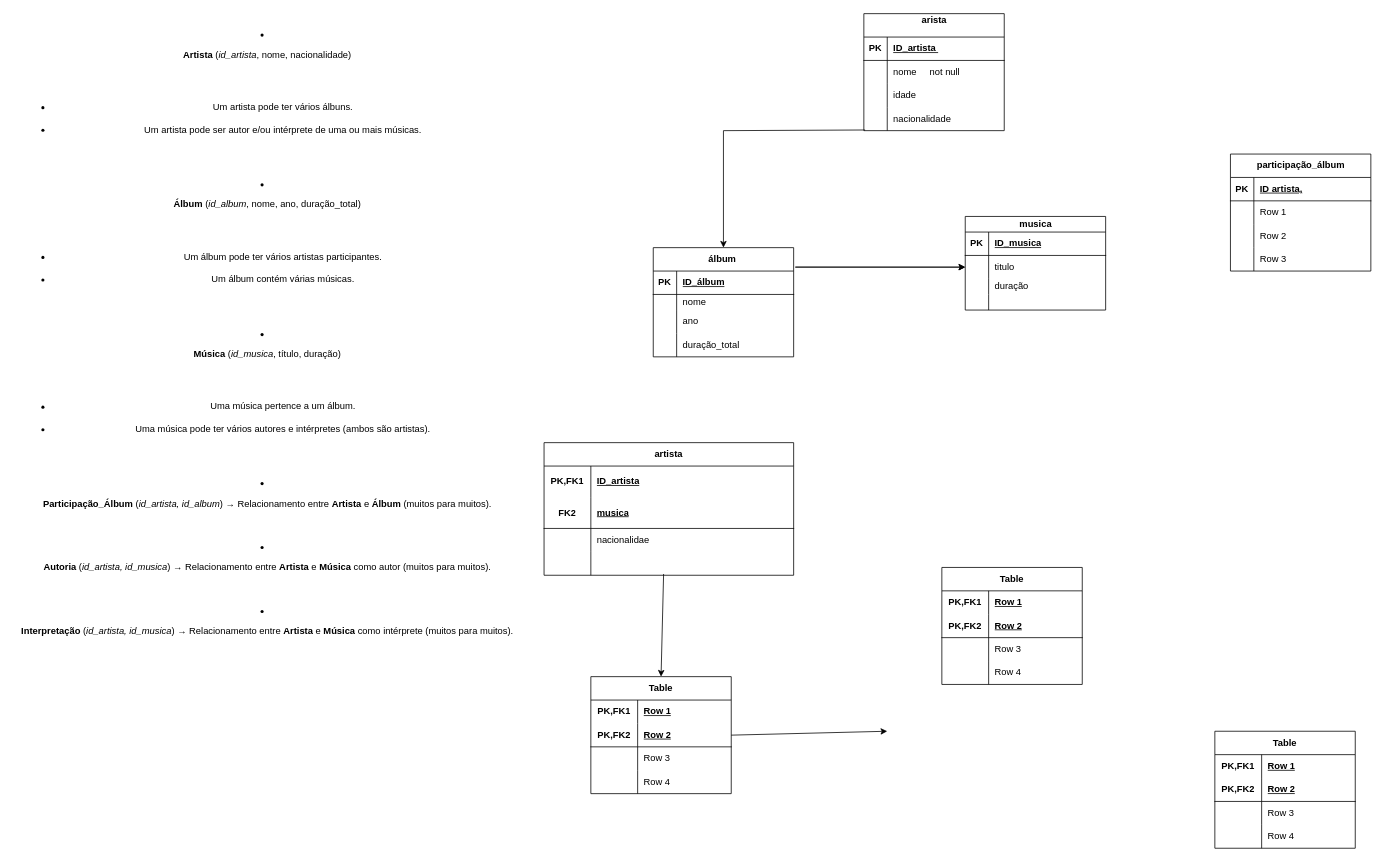
Before: Diagrama sem nome.drawio in shermanfaireflj/diagramas-UC--6, a draw.io diagram. Source tidied: cells renumbered, new cells numbered last; positions are measured from the earlier drawing's top-left corner, leaving out a move shared by most shapes. Both pictures are drawn from the tidied source at 78%, with x=0, y=0 at pixel (13, 13).
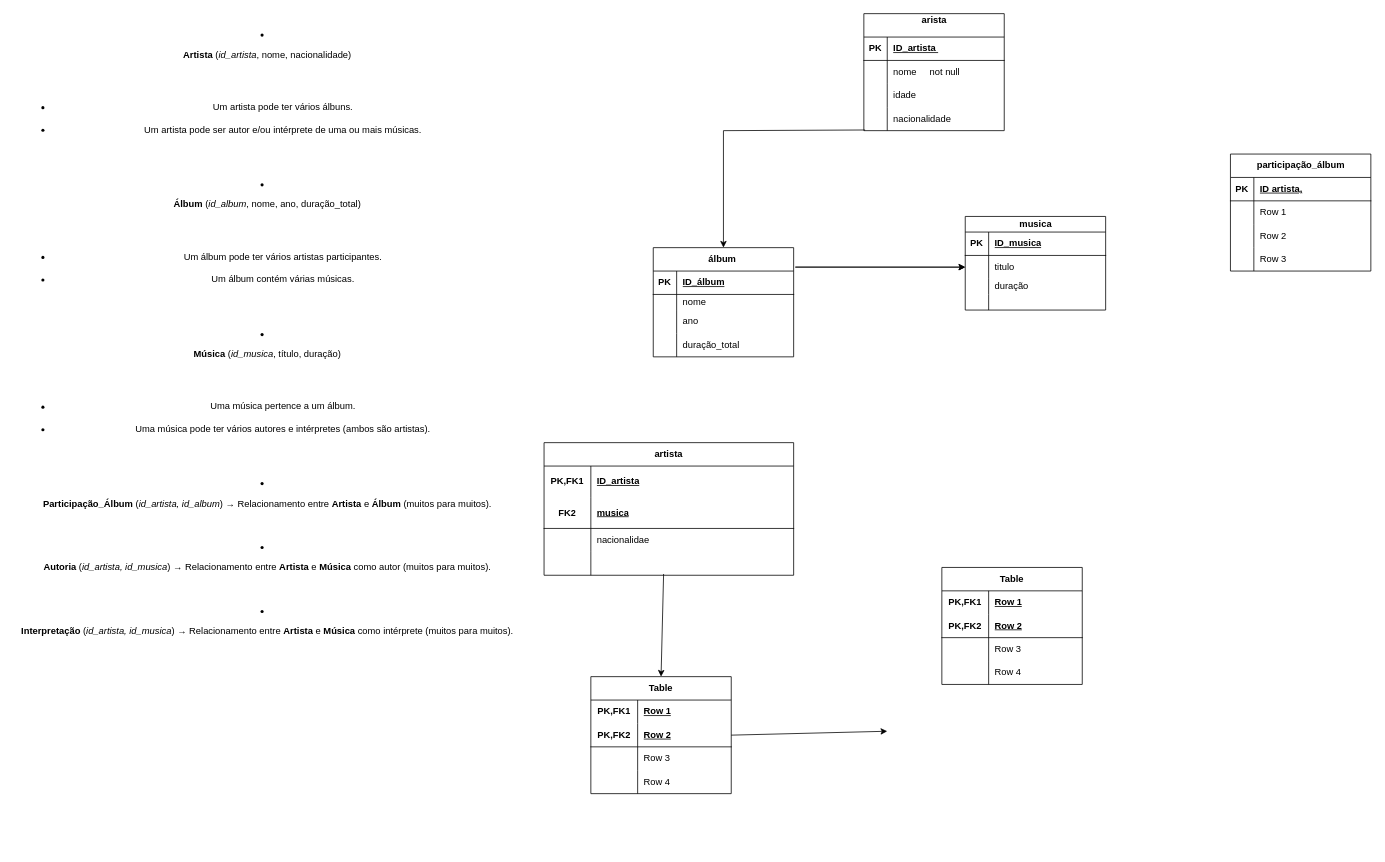
The same diagram, later.

Diff of the diagram source:
```diff
@@
-    <mxCell id="71" value="Table" style="shape=table;startSize=30;childLayout=tableLayout;rowLines=0;fontStyle=1;align=center;html=1;whiteSpace=wrap;" parent="1" vertex="1">
-      <mxGeometry x="1540" y="920" width="180" height="150" as="geometry" />
-    </mxCell>
-    <mxCell id="72" style="shape=tableRow;horizontal=0;startSize=0;swimlaneHead=0;swimlaneBody=0;fillColor=none;top=0;left=0;right=0;bottom=0;html=1;" parent="71" vertex="1">
-      <mxGeometry y="30" width="180" height="30" as="geometry" />
-    </mxCell>
-    <mxCell id="73" value="PK,FK1" style="shape=partialRectangle;fillColor=none;top=0;left=0;bottom=0;right=0;fontStyle=1;overflow=hidden;html=1;whiteSpace=wrap;" parent="72" vertex="1">
-      <mxGeometry width="60" height="30" as="geometry" />
-    </mxCell>
-    <mxCell id="74" value="Row 1" style="shape=partialRectangle;fillColor=none;top=0;left=0;bottom=0;right=0;align=left;spacingLeft=6;fontStyle=5;overflow=hidden;html=1;whiteSpace=wrap;" parent="72" vertex="1">
-      <mxGeometry x="60" width="120" height="30" as="geometry" />
-    </mxCell>
-    <mxCell id="75" style="shape=tableRow;horizontal=0;startSize=0;swimlaneHead=0;swimlaneBody=0;fillColor=none;top=0;left=0;right=0;bottom=1;html=1;" parent="71" vertex="1">
-      <mxGeometry y="60" width="180" height="30" as="geometry" />
-    </mxCell>
-    <mxCell id="76" value="PK,FK2" style="shape=partialRectangle;fillColor=none;top=0;left=0;bottom=0;right=0;fontStyle=1;overflow=hidden;html=1;whiteSpace=wrap;" parent="75" vertex="1">
-      <mxGeometry width="60" height="30" as="geometry" />
-    </mxCell>
-    <mxCell id="77" value="Row 2" style="shape=partialRectangle;fillColor=none;top=0;left=0;bottom=0;right=0;align=left;spacingLeft=6;fontStyle=5;overflow=hidden;html=1;whiteSpace=wrap;" parent="75" vertex="1">
-      <mxGeometry x="60" width="120" height="30" as="geometry" />
-    </mxCell>
-    <mxCell id="78" style="shape=tableRow;horizontal=0;startSize=0;swimlaneHead=0;swimlaneBody=0;fillColor=none;top=0;left=0;right=0;bottom=0;html=1;" parent="71" vertex="1">
-      <mxGeometry y="90" width="180" height="30" as="geometry" />
-    </mxCell>
-    <mxCell id="79" style="shape=partialRectangle;fillColor=none;top=0;left=0;bottom=0;right=0;overflow=hidden;html=1;whiteSpace=wrap;" parent="78" vertex="1">
-      <mxGeometry width="60" height="30" as="geometry" />
-    </mxCell>
-    <mxCell id="80" value="Row 3" style="shape=partialRectangle;fillColor=none;top=0;left=0;bottom=0;right=0;align=left;spacingLeft=6;overflow=hidden;html=1;whiteSpace=wrap;" parent="78" vertex="1">
-      <mxGeometry x="60" width="120" height="30" as="geometry" />
-    </mxCell>
-    <mxCell id="81" style="shape=tableRow;horizontal=0;startSize=0;swimlaneHead=0;swimlaneBody=0;fillColor=none;top=0;left=0;right=0;bottom=0;html=1;" parent="71" vertex="1">
-      <mxGeometry y="120" width="180" height="30" as="geometry" />
-    </mxCell>
-    <mxCell id="82" style="shape=partialRectangle;fillColor=none;top=0;left=0;bottom=0;right=0;overflow=hidden;html=1;whiteSpace=wrap;" parent="81" vertex="1">
-      <mxGeometry width="60" height="30" as="geometry" />
-    </mxCell>
-    <mxCell id="83" value="Row 4" style="shape=partialRectangle;fillColor=none;top=0;left=0;bottom=0;right=0;align=left;spacingLeft=6;overflow=hidden;html=1;whiteSpace=wrap;" parent="81" vertex="1">
-      <mxGeometry x="60" width="120" height="30" as="geometry" />
-    </mxCell>
```
